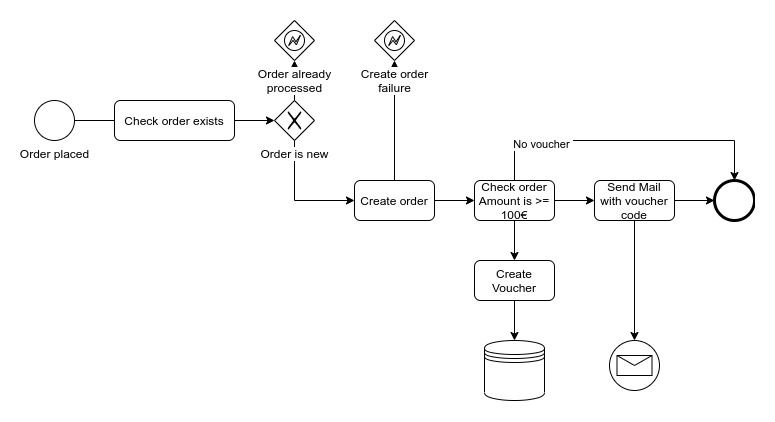
The draw.io diagram docs/process/order-voucher-service.png in bassix/voucher-service, before a commit. Source tidied: cells renumbered, new cells last; positions are measured from the earlier drawing's top-left corner, leaving out a move shared by most shapes.
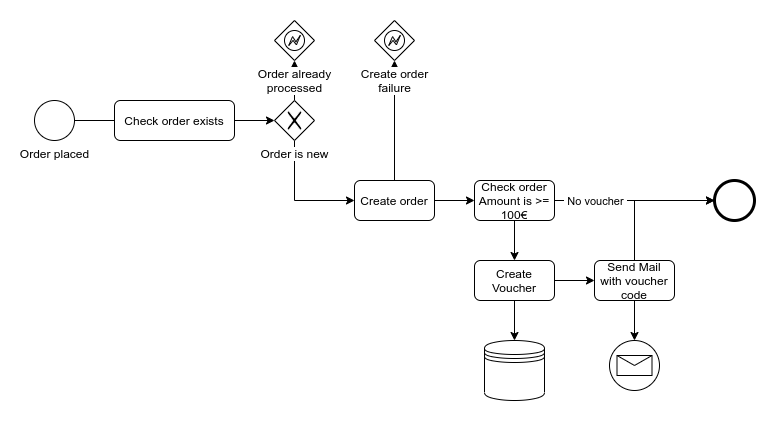
Later version of the same file.

Commit message:
The process diagram updated

Change to the diagram source:
```diff
@@ -44,31 +44,32 @@
     <mxCell id="13" style="edgeStyle=orthogonalEdgeStyle;rounded=0;jettySize=auto;html=1;" parent="1" edge="1" source="17" target="22">
       <mxGeometry relative="1" as="geometry" />
     </mxCell>
-    <mxCell id="14" style="edgeStyle=orthogonalEdgeStyle;rounded=0;jettySize=auto;html=1;" parent="1" edge="1" source="17" target="20">
+    <mxCell id="14" style="edgeStyle=orthogonalEdgeStyle;rounded=0;jettySize=auto;html=1;exitX=1;exitY=0.5;exitDx=0;exitDy=0;" parent="1" edge="1" source="22" target="20">
       <mxGeometry relative="1" as="geometry" />
     </mxCell>
-    <mxCell id="15" style="edgeStyle=orthogonalEdgeStyle;rounded=0;jettySize=auto;html=1;entryX=0.5;entryY=0;entryDx=0;entryDy=0;" parent="1" edge="1" source="17" target="25">
-      <mxGeometry relative="1" as="geometry">
-        <Array as="points">
-          <mxPoint x="480" y="120" />
-          <mxPoint x="700" y="120" />
-        </Array>
-      </mxGeometry>
+    <mxCell id="15" style="edgeStyle=orthogonalEdgeStyle;rounded=0;jettySize=auto;html=1;entryX=0;entryY=0.5;entryDx=0;entryDy=0;" parent="1" edge="1" source="17" target="25">
+      <mxGeometry relative="1" as="geometry" />
     </mxCell>
     <mxCell id="16" value="&amp;nbsp;No voucher&amp;nbsp;" style="edgeLabel;html=1;align=center;verticalAlign=middle;" parent="15" vertex="1">
-      <mxGeometry x="-0.75" y="-26" relative="1" as="geometry" />
+      <mxGeometry x="-0.75" y="-26" relative="1" as="geometry">
+        <mxPoint x="20" y="-26" as="offset" />
+      </mxGeometry>
     </mxCell>
     <mxCell id="17" value="Check order Amount is &amp;gt;= 100€" style="shape=ext;rounded=1;html=1;whiteSpace=wrap;" parent="1" vertex="1">
       <mxGeometry x="440" y="160" width="80" height="40" as="geometry" />
     </mxCell>
     <mxCell id="18" style="edgeStyle=orthogonalEdgeStyle;rounded=0;jettySize=auto;html=1;" parent="1" edge="1" source="20" target="25">
-      <mxGeometry relative="1" as="geometry" />
+      <mxGeometry relative="1" as="geometry">
+        <Array as="points">
+          <mxPoint x="600" y="180" />
+        </Array>
+      </mxGeometry>
     </mxCell>
     <mxCell id="19" style="edgeStyle=orthogonalEdgeStyle;rounded=0;jettySize=auto;html=1;entryX=0.5;entryY=0;entryDx=0;entryDy=0;" parent="1" edge="1" source="20" target="26">
       <mxGeometry relative="1" as="geometry" />
     </mxCell>
     <mxCell id="20" value="Send Mail with voucher code" style="shape=ext;rounded=1;html=1;whiteSpace=wrap;" parent="1" vertex="1">
-      <mxGeometry x="560" y="160" width="80" height="40" as="geometry" />
+      <mxGeometry x="560" y="240" width="80" height="40" as="geometry" />
     </mxCell>
     <mxCell id="21" style="edgeStyle=orthogonalEdgeStyle;rounded=0;jettySize=auto;html=1;" parent="1" edge="1" source="22" target="23">
       <mxGeometry relative="1" as="geometry" />
```
